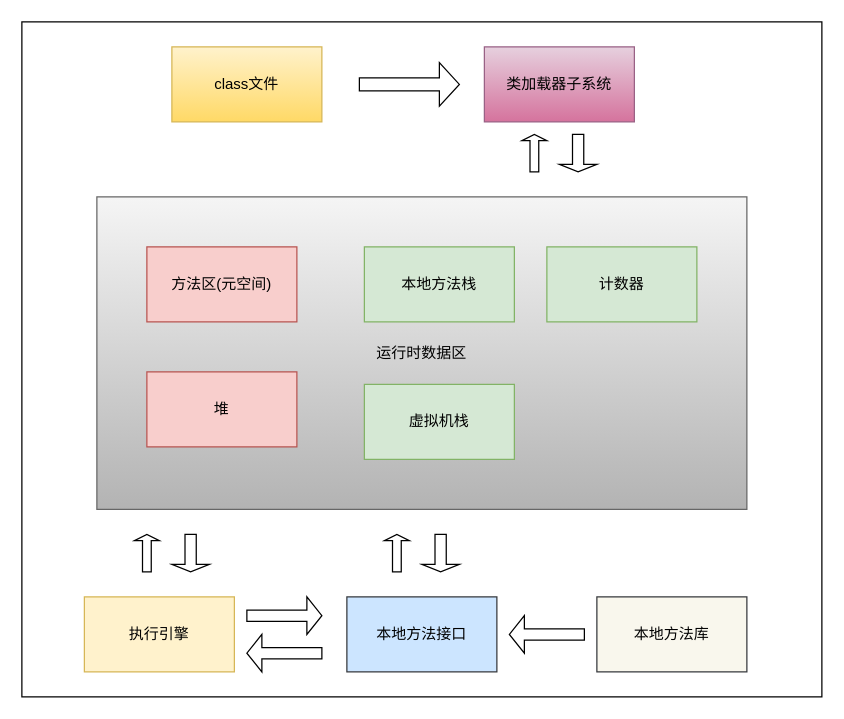
Earlier version of the draw.io diagram page "jvm 虚拟机结构" (1 of 2) of jvm.drawio (rea-leaf/diagrams-data). Source tidied: cells renumbered, new cells numbered last; positions are measured from the earlier drawing's top-left corner, leaving out a move shared by most shapes. Both pictures are drawn from the tidied source at 125%, with x=0, y=0 at pixel (21, 21).
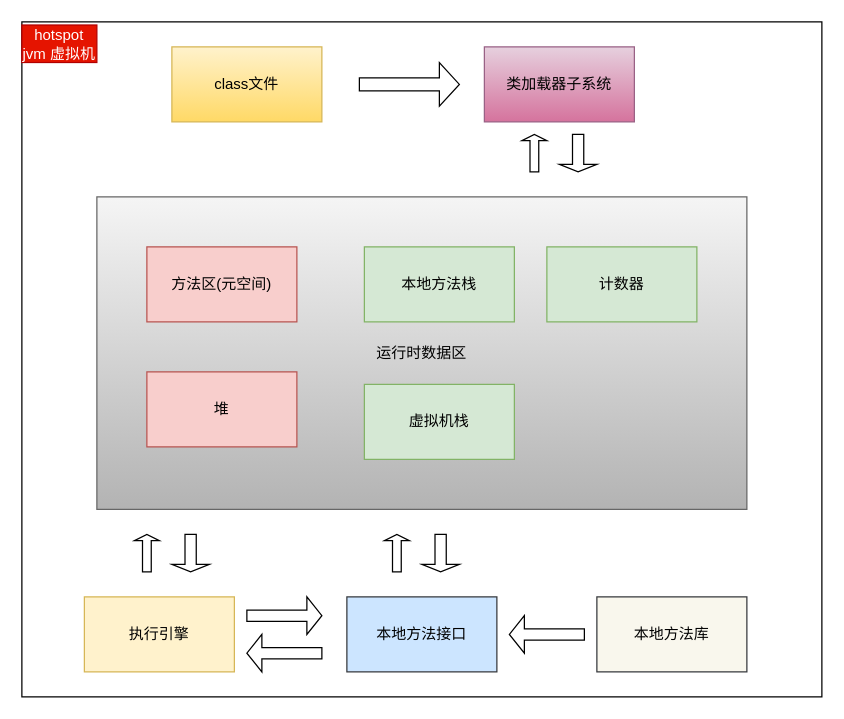
The same page after the edit.

What changed in the source:
```diff
@@
+    <mxCell id="24" value="hotspot jvm 虚拟机" style="text;html=1;strokeColor=#B20000;fillColor=#e51400;align=center;verticalAlign=middle;whiteSpace=wrap;rounded=0;fontColor=#ffffff;" parent="1" vertex="1">
+      <mxGeometry y="2.5" width="60" height="30" as="geometry" />
+    </mxCell>
```
